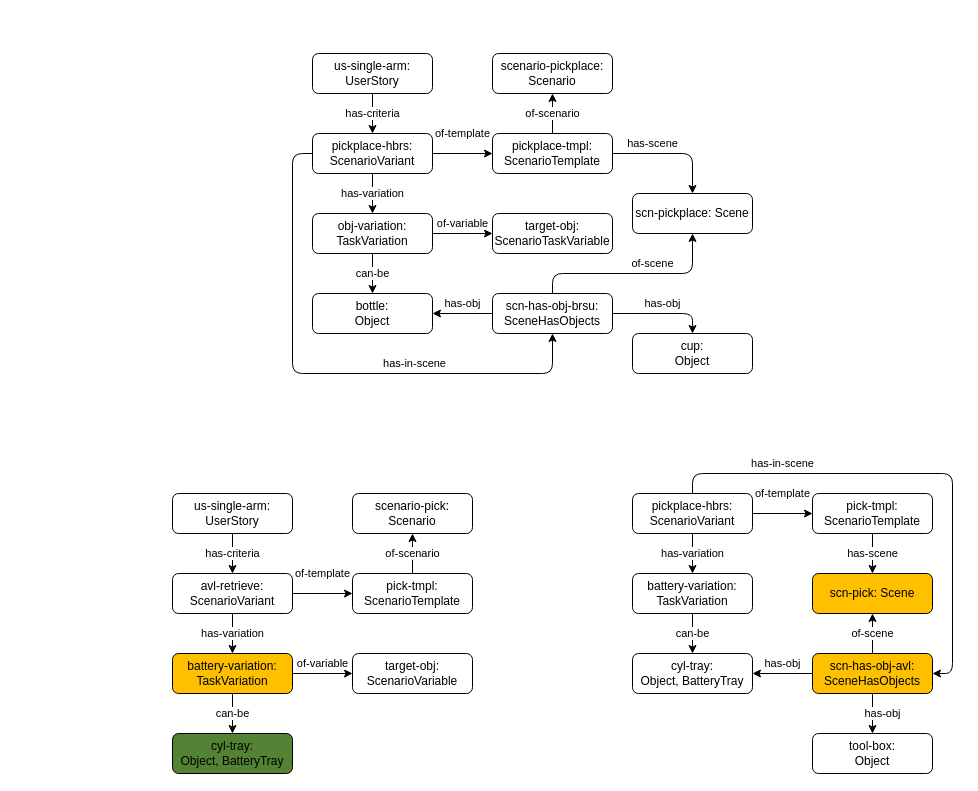
The draw.io diagram page "scene-n-variant" (3 of 3) of bdd-example-avl.drawio in minhnh/drawio-diagrams, before the edit. Source tidied: cells renumbered, new cells numbered last; positions are measured from the earlier drawing's top-left corner, leaving out a move shared by most shapes. Both pictures are drawn from the tidied source at 100%, with x=0, y=0 at pixel (172, 53).
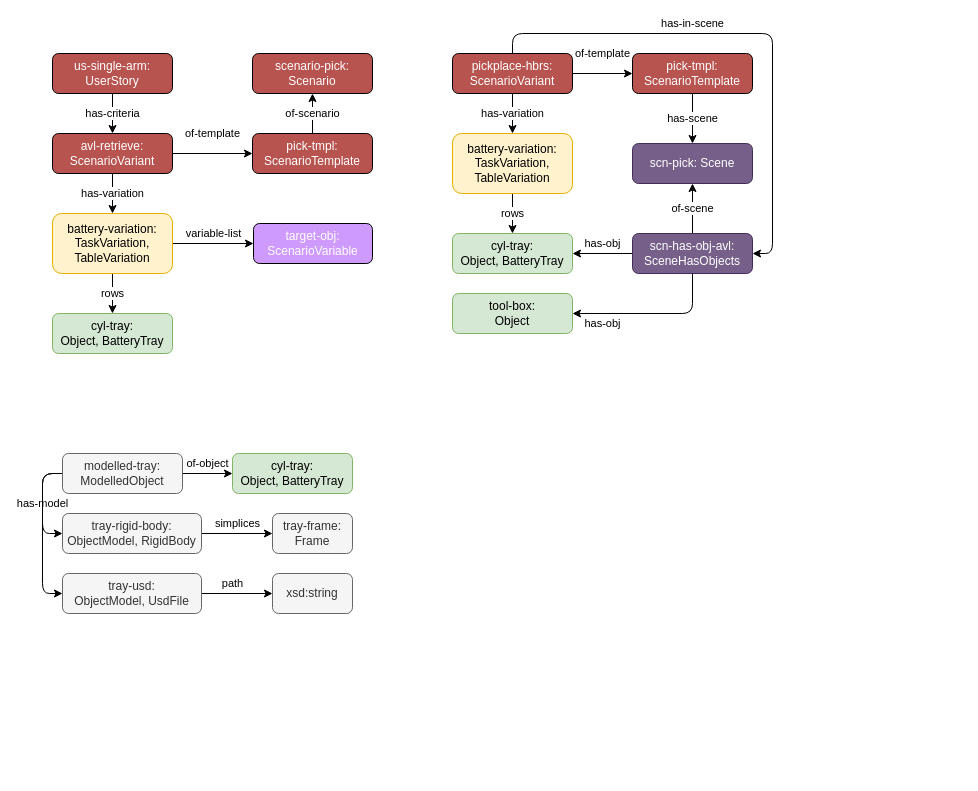
The same page after the edit.

What changed in the source:
```diff
@@
-    <mxCell id="2" value="scenario-pickplace: Scenario" style="rounded=1;whiteSpace=wrap;html=1;" parent="1" vertex="1">
-      <mxGeometry x="320" width="120" height="40" as="geometry" />
-    </mxCell>
-    <mxCell id="3" value="of-scenario" style="edgeStyle=orthogonalEdgeStyle;shape=connector;rounded=1;jettySize=auto;html=1;labelBackgroundColor=default;strokeColor=default;align=center;verticalAlign=middle;fontFamily=Helvetica;fontSize=11;fontColor=default;endArrow=classic;" parent="1" edge="1" source="4" target="2">
-      <mxGeometry relative="1" as="geometry" />
-    </mxCell>
-    <mxCell id="4" value="pickplace-tmpl: ScenarioTemplate" style="rounded=1;whiteSpace=wrap;html=1;" parent="1" vertex="1">
-      <mxGeometry x="320" y="80" width="120" height="40" as="geometry" />
-    </mxCell>
-    <mxCell id="5" value="target-obj: ScenarioTaskVariable" style="rounded=1;whiteSpace=wrap;html=1;" parent="1" vertex="1">
-      <mxGeometry x="320" y="160" width="120" height="40" as="geometry" />
-    </mxCell>
-    <mxCell id="6" value="has-criteria" style="edgeStyle=orthogonalEdgeStyle;rounded=1;jettySize=auto;html=1;labelBackgroundColor=default;" parent="1" edge="1" source="7" target="15">
-      <mxGeometry relative="1" as="geometry" />
-    </mxCell>
-    <mxCell id="7" value="us-single-arm: UserStory" style="rounded=1;whiteSpace=wrap;html=1;" parent="1" vertex="1">
-      <mxGeometry x="140" width="120" height="40" as="geometry" />
-    </mxCell>
-    <mxCell id="8" value="can-be" style="edgeStyle=orthogonalEdgeStyle;rounded=1;jettySize=auto;html=1;labelBackgroundColor=default;" parent="1" edge="1" source="10" target="11">
-      <mxGeometry relative="1" as="geometry" />
-    </mxCell>
-    <mxCell id="9" value="of-variable" style="edgeStyle=orthogonalEdgeStyle;shape=connector;rounded=1;jettySize=auto;html=1;labelBackgroundColor=default;strokeColor=default;align=center;verticalAlign=middle;fontFamily=Helvetica;fontSize=11;fontColor=default;endArrow=classic;jumpStyle=arc;" parent="1" edge="1" source="10" target="5">
-      <mxGeometry y="10" relative="1" as="geometry" />
-    </mxCell>
-    <mxCell id="10" value="obj-variation: TaskVariation" style="rounded=1;whiteSpace=wrap;html=1;" parent="1" vertex="1">
-      <mxGeometry x="140" y="160" width="120" height="40" as="geometry" />
-    </mxCell>
-    <mxCell id="11" value="bottle:&lt;br&gt;Object" style="rounded=1;whiteSpace=wrap;html=1;" parent="1" vertex="1">
-      <mxGeometry x="140" y="240" width="120" height="40" as="geometry" />
-    </mxCell>
-    <mxCell id="12" value="has-variation" style="edgeStyle=orthogonalEdgeStyle;rounded=1;jettySize=auto;html=1;labelBackgroundColor=default;" parent="1" edge="1" source="15" target="10">
-      <mxGeometry relative="1" as="geometry">
-        <Array as="points">
-          <mxPoint x="197.5" y="180" />
-          <mxPoint x="197.5" y="180" />
-        </Array>
-      </mxGeometry>
-    </mxCell>
-    <mxCell id="13" value="of-template" style="edgeStyle=orthogonalEdgeStyle;rounded=0;jettySize=auto;html=1;" parent="1" edge="1" source="15" target="4">
-      <mxGeometry y="20" relative="1" as="geometry" />
-    </mxCell>
-    <mxCell id="14" value="has-in-scene" style="edgeStyle=orthogonalEdgeStyle;shape=connector;rounded=1;jettySize=auto;html=1;labelBackgroundColor=default;strokeColor=default;align=center;verticalAlign=middle;fontFamily=Helvetica;fontSize=11;fontColor=default;endArrow=classic;" parent="1" edge="1" source="15" target="19">
-      <mxGeometry x="0.34" y="10" relative="1" as="geometry">
-        <Array as="points">
-          <mxPoint x="120" y="100" />
-          <mxPoint x="120" y="320" />
-          <mxPoint x="380" y="320" />
-        </Array>
-      </mxGeometry>
-    </mxCell>
-    <mxCell id="15" value="pickplace-hbrs: ScenarioVariant" style="rounded=1;whiteSpace=wrap;html=1;" parent="1" vertex="1">
-      <mxGeometry x="140" y="80" width="120" height="40" as="geometry" />
-    </mxCell>
-    <mxCell id="16" value="has-obj" style="edgeStyle=orthogonalEdgeStyle;shape=connector;rounded=1;jettySize=auto;html=1;labelBackgroundColor=default;strokeColor=default;align=center;verticalAlign=middle;fontFamily=Helvetica;fontSize=11;fontColor=default;endArrow=classic;" parent="1" edge="1" source="19" target="11">
-      <mxGeometry y="-10" relative="1" as="geometry" />
-    </mxCell>
-    <mxCell id="17" value="of-scene" style="edgeStyle=orthogonalEdgeStyle;shape=connector;rounded=1;jettySize=auto;html=1;labelBackgroundColor=default;strokeColor=default;align=center;verticalAlign=middle;fontFamily=Helvetica;fontSize=11;fontColor=default;endArrow=classic;" parent="1" edge="1" source="19" target="21">
-      <mxGeometry x="0.2" y="10" relative="1" as="geometry">
-        <Array as="points">
-          <mxPoint x="380" y="220" />
-          <mxPoint x="520" y="220" />
-        </Array>
-      </mxGeometry>
-    </mxCell>
-    <mxCell id="18" value="has-obj" style="edgeStyle=orthogonalEdgeStyle;shape=connector;rounded=1;jettySize=auto;html=1;labelBackgroundColor=default;strokeColor=default;align=center;verticalAlign=middle;fontFamily=Helvetica;fontSize=11;fontColor=default;endArrow=classic;" parent="1" edge="1" source="19" target="22">
-      <mxGeometry y="10" relative="1" as="geometry">
-        <Array as="points">
-          <mxPoint x="520" y="260" />
-        </Array>
-      </mxGeometry>
-    </mxCell>
-    <mxCell id="19" value="scn-has-obj-brsu: SceneHasObjects" style="rounded=1;whiteSpace=wrap;html=1;" parent="1" vertex="1">
-      <mxGeometry x="320" y="240" width="120" height="40" as="geometry" />
-    </mxCell>
-    <mxCell id="20" value="has-scene" style="edgeStyle=orthogonalEdgeStyle;shape=connector;rounded=1;jettySize=auto;html=1;labelBackgroundColor=default;strokeColor=default;align=center;verticalAlign=middle;fontFamily=Helvetica;fontSize=11;fontColor=default;endArrow=classic;" parent="1" edge="1" source="4" target="21">
-      <mxGeometry x="-0.33" y="10" relative="1" as="geometry">
-        <Array as="points">
-          <mxPoint x="520" y="100" />
-        </Array>
-      </mxGeometry>
-    </mxCell>
-    <mxCell id="21" value="scn-pickplace: Scene" style="rounded=1;whiteSpace=wrap;html=1;" parent="1" vertex="1">
-      <mxGeometry x="460" y="140" width="120" height="40" as="geometry" />
-    </mxCell>
-    <mxCell id="22" value="cup:&lt;br&gt;Object" style="rounded=1;whiteSpace=wrap;html=1;" parent="1" vertex="1">
-      <mxGeometry x="460" y="280" width="120" height="40" as="geometry" />
-    </mxCell>
-    <mxCell id="23" value="scenario-pick: Scenario" style="rounded=1;whiteSpace=wrap;html=1;" parent="1" vertex="1">
-      <mxGeometry x="180" y="440" width="120" height="40" as="geometry" />
+    <mxCell id="23" value="scenario-pick: Scenario" style="rounded=1;whiteSpace=wrap;html=1;fillColor=#B85450;fontColor=#FFFFFF;" parent="1" vertex="1">
+      <mxGeometry x="80" width="120" height="40" as="geometry" />
     </mxCell>
@@
-    <mxCell id="25" value="pick-tmpl: ScenarioTemplate" style="rounded=1;whiteSpace=wrap;html=1;" parent="1" vertex="1">
-      <mxGeometry x="180" y="520" width="120" height="40" as="geometry" />
+    <mxCell id="25" value="pick-tmpl: ScenarioTemplate" style="rounded=1;whiteSpace=wrap;html=1;fillColor=#B85450;fontColor=#FFFFFF;" parent="1" vertex="1">
+      <mxGeometry x="80" y="80" width="120" height="40" as="geometry" />
     </mxCell>
-    <mxCell id="26" value="target-obj: ScenarioVariable" style="rounded=1;whiteSpace=wrap;html=1;" parent="1" vertex="1">
-      <mxGeometry x="180" y="600" width="120" height="40" as="geometry" />
-    </mxCell>
@@
-    <mxCell id="28" value="us-single-arm: UserStory" style="rounded=1;whiteSpace=wrap;html=1;" parent="1" vertex="1">
-      <mxGeometry y="440" width="120" height="40" as="geometry" />
+    <mxCell id="28" value="us-single-arm: UserStory" style="rounded=1;whiteSpace=wrap;html=1;fillColor=#B85450;fontColor=#FFFFFF;" parent="1" vertex="1">
+      <mxGeometry x="-120" width="120" height="40" as="geometry" />
     </mxCell>
-    <mxCell id="29" value="can-be" style="edgeStyle=orthogonalEdgeStyle;rounded=1;jettySize=auto;html=1;labelBackgroundColor=default;" parent="1" edge="1" source="31" target="32">
+    <mxCell id="29" value="rows" style="edgeStyle=orthogonalEdgeStyle;rounded=1;jettySize=auto;html=1;labelBackgroundColor=default;" parent="1" edge="1" source="31" target="32">
       <mxGeometry relative="1" as="geometry" />
     </mxCell>
-    <mxCell id="30" value="of-variable" style="edgeStyle=orthogonalEdgeStyle;shape=connector;rounded=1;jettySize=auto;html=1;labelBackgroundColor=default;strokeColor=default;align=center;verticalAlign=middle;fontFamily=Helvetica;fontSize=11;fontColor=default;endArrow=classic;jumpStyle=arc;" parent="1" edge="1" source="31" target="26">
+    <mxCell id="30" value="variable-list" style="edgeStyle=orthogonalEdgeStyle;shape=connector;rounded=1;jettySize=auto;html=1;labelBackgroundColor=default;strokeColor=default;align=center;verticalAlign=middle;fontFamily=Helvetica;fontSize=11;fontColor=default;endArrow=classic;jumpStyle=arc;" parent="1" edge="1" source="31" target="26">
       <mxGeometry y="10" relative="1" as="geometry" />
     </mxCell>
-    <mxCell id="31" value="battery-variation: TaskVariation" style="rounded=1;whiteSpace=wrap;html=1;fillColor=#FFC000;" parent="1" vertex="1">
-      <mxGeometry y="600" width="120" height="40" as="geometry" />
+    <mxCell id="31" value="battery-variation: TaskVariation,&lt;br&gt;TableVariation" style="rounded=1;whiteSpace=wrap;html=1;fillColor=#fff2cc;strokeColor=#E8AE00;" parent="1" vertex="1">
+      <mxGeometry x="-120" y="160" width="120" height="60" as="geometry" />
     </mxCell>
-    <mxCell id="32" value="cyl-tray:&lt;br&gt;Object, BatteryTray" style="rounded=1;whiteSpace=wrap;html=1;fillColor=#548235;" parent="1" vertex="1">
-      <mxGeometry y="680" width="120" height="40" as="geometry" />
+    <mxCell id="32" value="cyl-tray:&lt;br&gt;Object, BatteryTray" style="rounded=1;whiteSpace=wrap;html=1;fillColor=#d5e8d4;strokeColor=#82b366;" parent="1" vertex="1">
+      <mxGeometry x="-120" y="260" width="120" height="40" as="geometry" />
     </mxCell>
     <mxCell id="33" value="has-variation" style="edgeStyle=orthogonalEdgeStyle;rounded=1;jettySize=auto;html=1;labelBackgroundColor=default;" parent="1" edge="1" source="35" target="31">
       <mxGeometry relative="1" as="geometry">
         <Array as="points">
-          <mxPoint x="57.5" y="620" />
-          <mxPoint x="57.5" y="620" />
+          <mxPoint x="-62.5" y="180" />
+          <mxPoint x="-62.5" y="180" />
         </Array>
       </mxGeometry>
     </mxCell>
@@
-    <mxCell id="35" value="avl-retrieve: ScenarioVariant" style="rounded=1;whiteSpace=wrap;html=1;" parent="1" vertex="1">
-      <mxGeometry y="520" width="120" height="40" as="geometry" />
+    <mxCell id="35" value="avl-retrieve: ScenarioVariant" style="rounded=1;whiteSpace=wrap;html=1;fillColor=#B85450;fontColor=#FFFFFF;" parent="1" vertex="1">
+      <mxGeometry x="-120" y="80" width="120" height="40" as="geometry" />
     </mxCell>
-    <mxCell id="36" value="can-be" style="edgeStyle=orthogonalEdgeStyle;rounded=1;jettySize=auto;html=1;labelBackgroundColor=default;" parent="1" edge="1" source="37" target="38">
+    <mxCell id="36" value="rows" style="edgeStyle=orthogonalEdgeStyle;rounded=1;jettySize=auto;html=1;labelBackgroundColor=default;" parent="1" edge="1" source="37" target="38">
       <mxGeometry relative="1" as="geometry" />
     </mxCell>
-    <mxCell id="37" value="battery-variation: TaskVariation" style="rounded=1;whiteSpace=wrap;html=1;" parent="1" vertex="1">
-      <mxGeometry x="460" y="520" width="120" height="40" as="geometry" />
+    <mxCell id="37" value="battery-variation: TaskVariation, TableVariation" style="rounded=1;whiteSpace=wrap;html=1;fillColor=#fff2cc;strokeColor=#E8AE00;" parent="1" vertex="1">
+      <mxGeometry x="280" y="80" width="120" height="60" as="geometry" />
     </mxCell>
-    <mxCell id="38" value="cyl-tray:&lt;br&gt;Object, BatteryTray" style="rounded=1;whiteSpace=wrap;html=1;" parent="1" vertex="1">
-      <mxGeometry x="460" y="600" width="120" height="40" as="geometry" />
+    <mxCell id="38" value="cyl-tray:&lt;br&gt;Object, BatteryTray" style="rounded=1;whiteSpace=wrap;html=1;fillColor=#d5e8d4;strokeColor=#82b366;" parent="1" vertex="1">
+      <mxGeometry x="280" y="180" width="120" height="40" as="geometry" />
     </mxCell>
@@
     <mxCell id="41" value="has-obj" style="edgeStyle=orthogonalEdgeStyle;shape=connector;rounded=1;jettySize=auto;html=1;labelBackgroundColor=default;strokeColor=default;align=center;verticalAlign=middle;fontFamily=Helvetica;fontSize=11;fontColor=default;endArrow=classic;" parent="1" edge="1" source="42" target="44">
-      <mxGeometry y="10" relative="1" as="geometry" />
+      <mxGeometry x="0.63" y="10" relative="1" as="geometry">
+        <Array as="points">
+          <mxPoint x="520" y="260" />
+        </Array>
+      </mxGeometry>
     </mxCell>
-    <mxCell id="42" value="scn-has-obj-avl: SceneHasObjects" style="rounded=1;whiteSpace=wrap;html=1;fillColor=#FFC000;" parent="1" vertex="1">
-      <mxGeometry x="640" y="600" width="120" height="40" as="geometry" />
+    <mxCell id="42" value="scn-has-obj-avl: SceneHasObjects" style="rounded=1;whiteSpace=wrap;html=1;fillColor=#76608a;fontColor=#ffffff;strokeColor=#432D57;" parent="1" vertex="1">
+      <mxGeometry x="460" y="180" width="120" height="40" as="geometry" />
     </mxCell>
-    <mxCell id="43" value="scn-pick: Scene" style="rounded=1;whiteSpace=wrap;html=1;fillColor=#FFC000;" parent="1" vertex="1">
-      <mxGeometry x="640" y="520" width="120" height="40" as="geometry" />
+    <mxCell id="43" value="scn-pick: Scene" style="rounded=1;whiteSpace=wrap;html=1;fillColor=#76608a;fontColor=#ffffff;strokeColor=#432D57;" parent="1" vertex="1">
+      <mxGeometry x="460" y="90" width="120" height="40" as="geometry" />
     </mxCell>
-    <mxCell id="44" value="tool-box:&lt;br&gt;Object" style="rounded=1;whiteSpace=wrap;html=1;" parent="1" vertex="1">
-      <mxGeometry x="640" y="680" width="120" height="40" as="geometry" />
+    <mxCell id="44" value="tool-box:&lt;br&gt;Object" style="rounded=1;whiteSpace=wrap;html=1;fillColor=#d5e8d4;strokeColor=#82b366;" parent="1" vertex="1">
+      <mxGeometry x="280" y="240" width="120" height="40" as="geometry" />
     </mxCell>
-    <mxCell id="45" value="pick-tmpl: ScenarioTemplate" style="rounded=1;whiteSpace=wrap;html=1;" parent="1" vertex="1">
-      <mxGeometry x="640" y="440" width="120" height="40" as="geometry" />
+    <mxCell id="45" value="pick-tmpl: ScenarioTemplate" style="rounded=1;whiteSpace=wrap;html=1;fillColor=#B85450;fontColor=#FFFFFF;" parent="1" vertex="1">
+      <mxGeometry x="460" width="120" height="40" as="geometry" />
     </mxCell>
@@
     <mxCell id="48" value="has-in-scene" style="edgeStyle=orthogonalEdgeStyle;shape=connector;rounded=1;jettySize=auto;html=1;labelBackgroundColor=default;strokeColor=default;align=center;verticalAlign=middle;fontFamily=Helvetica;fontSize=11;fontColor=default;endArrow=classic;" parent="1" edge="1" source="49" target="42">
-      <mxGeometry x="-0.56" y="10" relative="1" as="geometry">
+      <mxGeometry x="-0.23" y="10" relative="1" as="geometry">
         <Array as="points">
-          <mxPoint x="520" y="420" />
-          <mxPoint x="780" y="420" />
-          <mxPoint x="780" y="620" />
+          <mxPoint x="340" y="-20" />
+          <mxPoint x="600" y="-20" />
+          <mxPoint x="600" y="200" />
         </Array>
       </mxGeometry>
     </mxCell>
-    <mxCell id="49" value="pickplace-hbrs: ScenarioVariant" style="rounded=1;whiteSpace=wrap;html=1;" parent="1" vertex="1">
-      <mxGeometry x="460" y="440" width="120" height="40" as="geometry" />
+    <mxCell id="49" value="pickplace-hbrs: ScenarioVariant" style="rounded=1;whiteSpace=wrap;html=1;fillColor=#B85450;fontColor=#FFFFFF;" parent="1" vertex="1">
+      <mxGeometry x="280" width="120" height="40" as="geometry" />
     </mxCell>
@@
+    <mxCell id="26" value="target-obj: ScenarioVariable" style="rounded=1;whiteSpace=wrap;html=1;fillColor=#CE9AFC;fontColor=#FFFFFF;" parent="1" vertex="1">
+      <mxGeometry x="81" y="170" width="119" height="40" as="geometry" />
+    </mxCell>
+    <mxCell id="51" value="cyl-tray:&lt;br&gt;Object, BatteryTray" style="rounded=1;whiteSpace=wrap;html=1;fillColor=#d5e8d4;strokeColor=#82b366;" parent="1" vertex="1">
+      <mxGeometry x="60" y="400" width="120" height="40" as="geometry" />
+    </mxCell>
+    <mxCell id="52" value="of-object" style="edgeStyle=orthogonalEdgeStyle;shape=connector;rounded=1;jettySize=auto;html=1;strokeColor=default;align=center;verticalAlign=middle;fontFamily=Helvetica;fontSize=11;fontColor=default;labelBackgroundColor=none;endArrow=classic;" parent="1" edge="1" source="55" target="51">
+      <mxGeometry y="10" relative="1" as="geometry" />
+    </mxCell>
+    <mxCell id="53" value="has-model" style="edgeStyle=orthogonalEdgeStyle;shape=connector;rounded=1;jettySize=auto;html=1;strokeColor=default;align=center;verticalAlign=middle;fontFamily=Helvetica;fontSize=11;fontColor=default;labelBackgroundColor=none;endArrow=classic;" parent="1" edge="1" source="55" target="57">
+      <mxGeometry relative="1" as="geometry">
+        <Array as="points">
+          <mxPoint x="-130" y="420" />
+          <mxPoint x="-130" y="480" />
+        </Array>
+      </mxGeometry>
+    </mxCell>
+    <mxCell id="54" style="edgeStyle=orthogonalEdgeStyle;shape=connector;rounded=1;jettySize=auto;html=1;strokeColor=default;align=center;verticalAlign=middle;fontFamily=Helvetica;fontSize=11;fontColor=default;labelBackgroundColor=none;endArrow=classic;" parent="1" edge="1" source="55" target="59">
+      <mxGeometry relative="1" as="geometry">
+        <Array as="points">
+          <mxPoint x="-130" y="420" />
+          <mxPoint x="-130" y="540" />
+        </Array>
+      </mxGeometry>
+    </mxCell>
+    <mxCell id="55" value="modelled-tray:&lt;br&gt;ModelledObject" style="rounded=1;whiteSpace=wrap;html=1;fillColor=#f5f5f5;strokeColor=#666666;fontColor=#333333;" parent="1" vertex="1">
+      <mxGeometry x="-110" y="400" width="120" height="40" as="geometry" />
+    </mxCell>
+    <mxCell id="56" value="simplices" style="edgeStyle=orthogonalEdgeStyle;shape=connector;rounded=1;jettySize=auto;html=1;strokeColor=default;align=center;verticalAlign=middle;fontFamily=Helvetica;fontSize=11;fontColor=default;labelBackgroundColor=none;endArrow=classic;" parent="1" edge="1" source="57" target="60">
+      <mxGeometry y="10" relative="1" as="geometry" />
+    </mxCell>
+    <mxCell id="57" value="tray-rigid-body:&lt;br&gt;ObjectModel, RigidBody" style="rounded=1;whiteSpace=wrap;html=1;fillColor=#f5f5f5;strokeColor=#666666;fontColor=#333333;" parent="1" vertex="1">
+      <mxGeometry x="-110" y="460" width="139" height="40" as="geometry" />
+    </mxCell>
+    <mxCell id="58" value="path" style="edgeStyle=orthogonalEdgeStyle;shape=connector;rounded=1;jettySize=auto;html=1;strokeColor=default;align=center;verticalAlign=middle;fontFamily=Helvetica;fontSize=11;fontColor=default;labelBackgroundColor=none;endArrow=classic;" parent="1" edge="1" source="59" target="61">
+      <mxGeometry x="-0.13" y="10" relative="1" as="geometry" />
+    </mxCell>
+    <mxCell id="59" value="tray-usd:&lt;br&gt;ObjectModel, UsdFile" style="rounded=1;whiteSpace=wrap;html=1;fillColor=#f5f5f5;strokeColor=#666666;fontColor=#333333;" parent="1" vertex="1">
+      <mxGeometry x="-110" y="520" width="139" height="40" as="geometry" />
+    </mxCell>
+    <mxCell id="60" value="tray-frame:&lt;br&gt;Frame" style="rounded=1;whiteSpace=wrap;html=1;fillColor=#f5f5f5;strokeColor=#666666;fontColor=#333333;" parent="1" vertex="1">
+      <mxGeometry x="100" y="460" width="80" height="40" as="geometry" />
+    </mxCell>
+    <mxCell id="61" value="xsd:string" style="rounded=1;whiteSpace=wrap;html=1;fillColor=#f5f5f5;strokeColor=#666666;fontColor=#333333;" parent="1" vertex="1">
+      <mxGeometry x="100" y="520" width="80" height="40" as="geometry" />
+    </mxCell>
```
